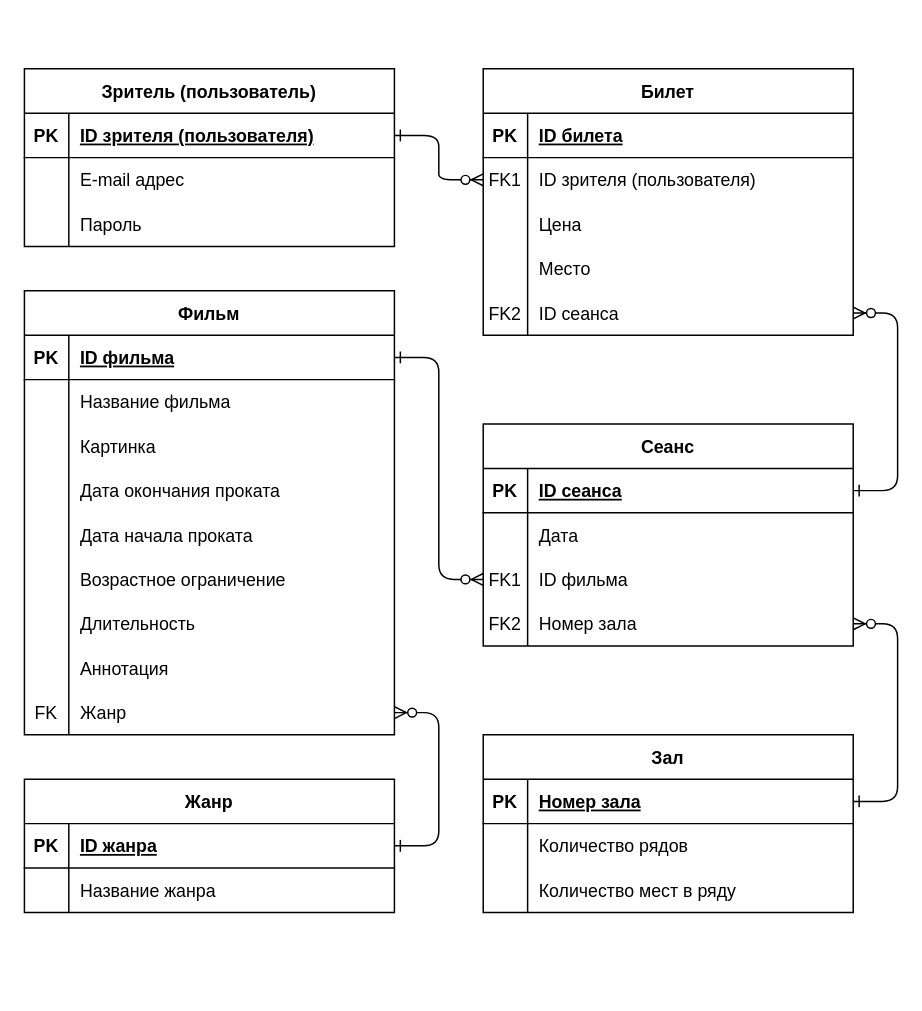
The draw.io diagram images and schemes/logic model.drawio in xreyaf/cinema-app, before the edit. Source tidied: cells renumbered, new cells numbered last; positions are measured from the earlier drawing's top-left corner, leaving out a move shared by most shapes. Both pictures are drawn from the tidied source at 148%, with x=0, y=0 at pixel (24, 68).
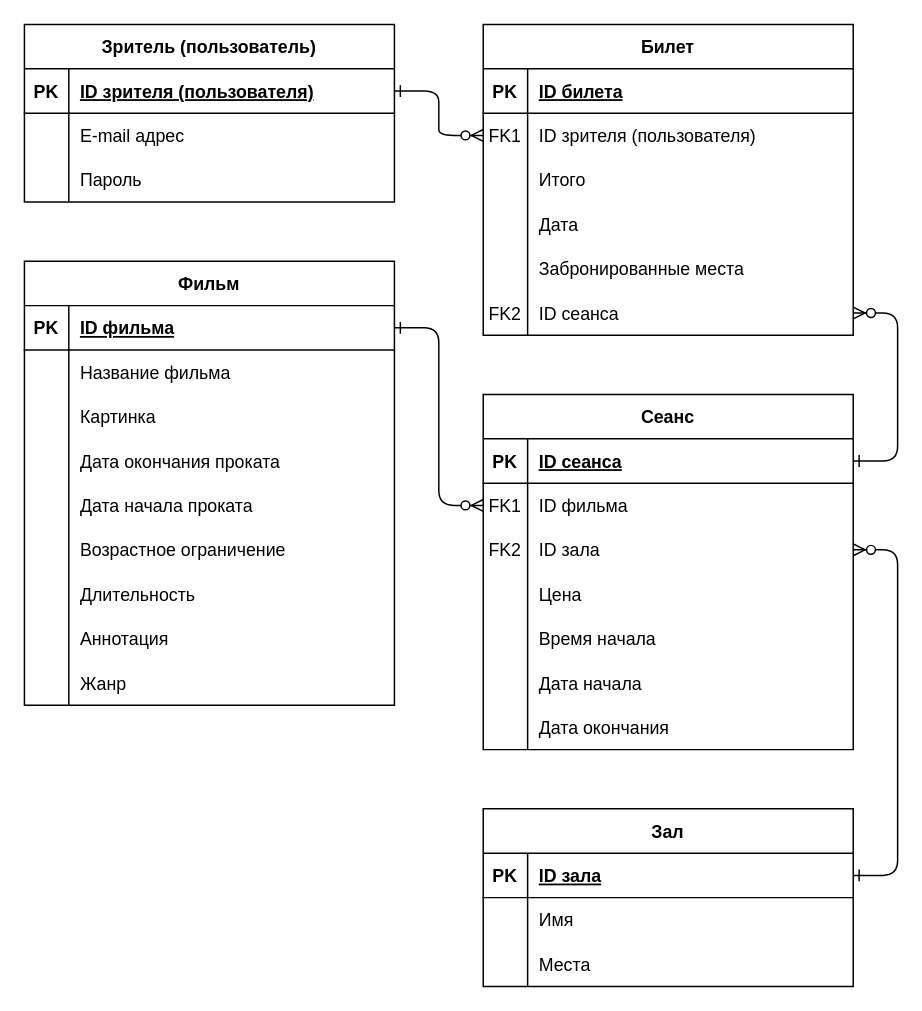
After the change.

Unchanged cells that the change refers to:
```xml
<mxCell id="10" style="shape=partialRectangle;fillColor=none;top=0;left=0;right=0;bottom=0;" parent="3" vertex="1">
  <mxGeometry y="90" width="250" height="30" as="geometry" />
</mxCell>
<mxCell id="67" style="shape=partialRectangle;fillColor=none;points=[[0,0.5],[1,0.5]];portConstraint=eastwest;top=0;left=0;right=0;bottom=0;" parent="42" vertex="1">
  <mxGeometry y="270" width="250" height="30" as="geometry" />
</mxCell>
<mxCell id="71" style="shape=partialRectangle;fillColor=none;points=[[0,0.5],[1,0.5]];portConstraint=eastwest;top=0;left=0;right=0;bottom=1;" parent="70" vertex="1">
  <mxGeometry y="30" width="250" height="30" as="geometry" />
</mxCell>
<mxCell id="74" style="shape=partialRectangle;fillColor=none;top=0;left=0;right=0;bottom=0;" parent="70" vertex="1">
  <mxGeometry y="60" width="250" height="30" as="geometry" />
</mxCell>
<mxCell id="77" style="shape=partialRectangle;fillColor=none;top=0;left=0;right=0;bottom=0;" parent="70" vertex="1">
  <mxGeometry y="90" width="250" height="30" as="geometry" />
</mxCell>
```

What changed in the source:
```diff
@@
     <mxCell id="3" value="Билет" style="shape=table;startSize=30;childLayout=tableLayout;rowLines=0;fontStyle=1;align=center;" parent="1" vertex="1">
-      <mxGeometry x="310" width="250" height="180" as="geometry" />
+      <mxGeometry x="310" y="-30" width="250" height="210" as="geometry" />
     </mxCell>
@@
-    <mxCell id="12" value="Цена" style="shape=partialRectangle;overflow=hidden;fillColor=none;top=0;left=0;bottom=0;right=0;align=left;spacingLeft=6;fontStyle=0;" parent="10" vertex="1">
+    <mxCell id="12" value="Итого" style="shape=partialRectangle;overflow=hidden;fillColor=none;top=0;left=0;bottom=0;right=0;align=left;spacingLeft=6;fontStyle=0;" parent="10" vertex="1">
       <mxGeometry x="30" width="220" height="30" as="geometry" />
     </mxCell>
+    <mxCell id="91" style="shape=partialRectangle;fillColor=none;top=0;left=0;right=0;bottom=0;" parent="3" vertex="1">
+      <mxGeometry y="120" width="250" height="30" as="geometry" />
+    </mxCell>
+    <mxCell id="92" style="shape=partialRectangle;overflow=hidden;fillColor=none;top=0;left=0;bottom=0;right=0;" parent="91" vertex="1">
+      <mxGeometry width="30" height="30" as="geometry" />
+    </mxCell>
+    <mxCell id="25" value="Дата" style="shape=partialRectangle;overflow=hidden;fillColor=none;top=0;left=0;bottom=0;right=0;align=left;spacingLeft=6;fontStyle=0;" parent="91" vertex="1">
+      <mxGeometry x="30" width="220" height="30" as="geometry" />
+    </mxCell>
     <mxCell id="13" style="shape=partialRectangle;fillColor=none;top=0;left=0;right=0;bottom=0;" parent="3" vertex="1">
-      <mxGeometry y="120" width="250" height="30" as="geometry" />
+      <mxGeometry y="150" width="250" height="30" as="geometry" />
     </mxCell>
@@
-    <mxCell id="15" value="Место" style="shape=partialRectangle;overflow=hidden;fillColor=none;top=0;left=0;bottom=0;right=0;align=left;spacingLeft=6;fontStyle=0;" parent="13" vertex="1">
+    <mxCell id="15" value="Забронированные места" style="shape=partialRectangle;overflow=hidden;fillColor=none;top=0;left=0;bottom=0;right=0;align=left;spacingLeft=6;fontStyle=0;" parent="13" vertex="1">
       <mxGeometry x="30" width="220" height="30" as="geometry" />
     </mxCell>
     <mxCell id="16" style="shape=partialRectangle;fillColor=none;points=[[0,0.5],[1,0.5]];portConstraint=eastwest;top=0;left=0;right=0;bottom=0;" parent="3" vertex="1">
-      <mxGeometry y="150" width="250" height="30" as="geometry" />
+      <mxGeometry y="180" width="250" height="30" as="geometry" />
     </mxCell>
@@
     <mxCell id="19" value="Сеанс" style="shape=table;startSize=30;childLayout=tableLayout;rowLines=0;fontStyle=1;align=center;" parent="1" vertex="1">
-      <mxGeometry x="310" y="240" width="250" height="150" as="geometry" />
+      <mxGeometry x="310" y="220" width="250" height="240" as="geometry" />
     </mxCell>
@@
-    <mxCell id="23" style="shape=partialRectangle;fillColor=none;top=0;left=0;right=0;bottom=0;" parent="19" vertex="1">
-      <mxGeometry y="60" width="250" height="30" as="geometry" />
-    </mxCell>
-    <mxCell id="24" style="shape=partialRectangle;overflow=hidden;fillColor=none;top=0;left=0;bottom=0;right=0;" parent="23" vertex="1">
-      <mxGeometry width="30" height="30" as="geometry" />
-    </mxCell>
-    <mxCell id="25" value="Дата" style="shape=partialRectangle;overflow=hidden;fillColor=none;top=0;left=0;bottom=0;right=0;align=left;spacingLeft=6;" parent="23" vertex="1">
-      <mxGeometry x="30" width="220" height="30" as="geometry" />
-    </mxCell>
     <mxCell id="26" style="shape=partialRectangle;fillColor=none;points=[[0,0.5],[1,0.5]];portConstraint=eastwest;top=0;left=0;right=0;bottom=0;" parent="19" vertex="1">
-      <mxGeometry y="90" width="250" height="30" as="geometry" />
+      <mxGeometry y="60" width="250" height="30" as="geometry" />
     </mxCell>
@@
     <mxCell id="29" style="shape=partialRectangle;fillColor=none;points=[[0,0.5],[1,0.5]];portConstraint=eastwest;top=0;left=0;right=0;bottom=0;" parent="19" vertex="1">
-      <mxGeometry y="120" width="250" height="30" as="geometry" />
+      <mxGeometry y="90" width="250" height="30" as="geometry" />
     </mxCell>
@@
-    <mxCell id="31" value="Номер зала" style="shape=partialRectangle;overflow=hidden;fillColor=none;top=0;left=0;bottom=0;right=0;align=left;spacingLeft=6;" parent="29" vertex="1">
+    <mxCell id="31" value="ID зала" style="shape=partialRectangle;overflow=hidden;fillColor=none;top=0;left=0;bottom=0;right=0;align=left;spacingLeft=6;" parent="29" vertex="1">
       <mxGeometry x="30" width="220" height="30" as="geometry" />
     </mxCell>
+    <mxCell id="93" style="shape=partialRectangle;fillColor=none;top=0;left=0;right=0;bottom=0;" parent="19" vertex="1">
+      <mxGeometry y="120" width="250" height="30" as="geometry" />
+    </mxCell>
+    <mxCell id="94" style="shape=partialRectangle;overflow=hidden;fillColor=none;top=0;left=0;bottom=0;right=0;" parent="93" vertex="1">
+      <mxGeometry width="30" height="30" as="geometry" />
+    </mxCell>
+    <mxCell id="95" value="Цена" style="shape=partialRectangle;overflow=hidden;fillColor=none;top=0;left=0;bottom=0;right=0;align=left;spacingLeft=6;" parent="93" vertex="1">
+      <mxGeometry x="30" width="220" height="30" as="geometry" />
+    </mxCell>
+    <mxCell id="96" style="shape=partialRectangle;fillColor=none;top=0;left=0;right=0;bottom=0;" parent="19" vertex="1">
+      <mxGeometry y="150" width="250" height="30" as="geometry" />
+    </mxCell>
+    <mxCell id="97" style="shape=partialRectangle;overflow=hidden;fillColor=none;top=0;left=0;bottom=0;right=0;" parent="96" vertex="1">
+      <mxGeometry width="30" height="30" as="geometry" />
+    </mxCell>
+    <mxCell id="98" value="Время начала" style="shape=partialRectangle;overflow=hidden;fillColor=none;top=0;left=0;bottom=0;right=0;align=left;spacingLeft=6;" parent="96" vertex="1">
+      <mxGeometry x="30" width="220" height="30" as="geometry" />
+    </mxCell>
+    <mxCell id="99" style="shape=partialRectangle;fillColor=none;top=0;left=0;right=0;bottom=0;" parent="19" vertex="1">
+      <mxGeometry y="180" width="250" height="30" as="geometry" />
+    </mxCell>
+    <mxCell id="100" style="shape=partialRectangle;overflow=hidden;fillColor=none;top=0;left=0;bottom=0;right=0;" parent="99" vertex="1">
+      <mxGeometry width="30" height="30" as="geometry" />
+    </mxCell>
+    <mxCell id="101" value="Дата начала" style="shape=partialRectangle;overflow=hidden;fillColor=none;top=0;left=0;bottom=0;right=0;align=left;spacingLeft=6;" parent="99" vertex="1">
+      <mxGeometry x="30" width="220" height="30" as="geometry" />
+    </mxCell>
+    <mxCell id="102" style="shape=partialRectangle;fillColor=none;top=0;left=0;right=0;bottom=0;" parent="19" vertex="1">
+      <mxGeometry y="210" width="250" height="30" as="geometry" />
+    </mxCell>
+    <mxCell id="103" style="shape=partialRectangle;overflow=hidden;fillColor=none;top=0;left=0;bottom=0;right=0;" parent="102" vertex="1">
+      <mxGeometry width="30" height="30" as="geometry" />
+    </mxCell>
+    <mxCell id="104" value="Дата окончания" style="shape=partialRectangle;overflow=hidden;fillColor=none;top=0;left=0;bottom=0;right=0;align=left;spacingLeft=6;" parent="102" vertex="1">
+      <mxGeometry x="30" width="220" height="30" as="geometry" />
+    </mxCell>
     <mxCell id="32" value="Зритель (пользователь)" style="shape=table;startSize=30;childLayout=tableLayout;rowLines=0;fontStyle=1;align=center;" parent="1" vertex="1">
-      <mxGeometry width="250" height="120" as="geometry" />
+      <mxGeometry y="-30" width="250" height="120" as="geometry" />
     </mxCell>
@@
     <mxCell id="42" value="Фильм" style="shape=table;startSize=30;childLayout=tableLayout;rowLines=0;fontStyle=1;align=center;" parent="1" vertex="1">
-      <mxGeometry y="150" width="250" height="300" as="geometry" />
+      <mxGeometry y="130" width="250" height="300" as="geometry" />
     </mxCell>
@@
-    <mxCell id="68" value="FK" style="shape=partialRectangle;overflow=hidden;fillColor=none;top=0;left=0;bottom=0;right=0;" parent="67" vertex="1">
+    <mxCell id="68" style="shape=partialRectangle;overflow=hidden;fillColor=none;top=0;left=0;bottom=0;right=0;" parent="67" vertex="1">
       <mxGeometry width="30" height="30" as="geometry" />
     </mxCell>
@@
     <mxCell id="70" value="Зал" style="shape=table;startSize=30;childLayout=tableLayout;rowLines=0;fontStyle=1;align=center;" parent="1" vertex="1">
-      <mxGeometry x="310" y="450" width="250" height="120" as="geometry" />
+      <mxGeometry x="310" y="500" width="250" height="120" as="geometry" />
     </mxCell>
@@
-    <mxCell id="73" value="Номер зала" style="shape=partialRectangle;overflow=hidden;fillColor=none;top=0;left=0;bottom=0;right=0;align=left;spacingLeft=6;fontStyle=5;" parent="71" vertex="1">
+    <mxCell id="73" value="ID зала" style="shape=partialRectangle;overflow=hidden;fillColor=none;top=0;left=0;bottom=0;right=0;align=left;spacingLeft=6;fontStyle=5;" parent="71" vertex="1">
       <mxGeometry x="30" width="220" height="30" as="geometry" />
     </mxCell>
@@
-    <mxCell id="76" value="Количество рядов" style="shape=partialRectangle;overflow=hidden;fillColor=none;top=0;left=0;bottom=0;right=0;align=left;spacingLeft=6;" parent="74" vertex="1">
+    <mxCell id="76" value="Имя" style="shape=partialRectangle;overflow=hidden;fillColor=none;top=0;left=0;bottom=0;right=0;align=left;spacingLeft=6;" parent="74" vertex="1">
       <mxGeometry x="30" width="220" height="30" as="geometry" />
     </mxCell>
@@
-    <mxCell id="79" value="Количество мест в ряду" style="shape=partialRectangle;overflow=hidden;fillColor=none;top=0;left=0;bottom=0;right=0;align=left;spacingLeft=6;" parent="77" vertex="1">
+    <mxCell id="79" value="Места" style="shape=partialRectangle;overflow=hidden;fillColor=none;top=0;left=0;bottom=0;right=0;align=left;spacingLeft=6;" parent="77" vertex="1">
       <mxGeometry x="30" width="220" height="30" as="geometry" />
     </mxCell>
-    <mxCell id="80" value="Жанр" style="shape=table;startSize=30;childLayout=tableLayout;rowLines=0;fontStyle=1;align=center;" parent="1" vertex="1">
-      <mxGeometry y="480" width="250" height="90" as="geometry" />
-    </mxCell>
-    <mxCell id="81" style="shape=partialRectangle;fillColor=none;points=[[0,0.5],[1,0.5]];portConstraint=eastwest;top=0;left=0;right=0;bottom=1;" parent="80" vertex="1">
-      <mxGeometry y="30" width="250" height="30" as="geometry" />
-    </mxCell>
-    <mxCell id="82" value="PK" style="shape=partialRectangle;overflow=hidden;fillColor=none;top=0;left=0;bottom=0;right=0;fontStyle=1;" parent="81" vertex="1">
-      <mxGeometry width="30" height="30" as="geometry" />
-    </mxCell>
-    <mxCell id="83" value="ID жанра" style="shape=partialRectangle;overflow=hidden;fillColor=none;top=0;left=0;bottom=0;right=0;align=left;spacingLeft=6;fontStyle=5;" parent="81" vertex="1">
-      <mxGeometry x="30" width="220" height="30" as="geometry" />
-    </mxCell>
-    <mxCell id="84" style="shape=partialRectangle;fillColor=none;top=0;left=0;right=0;bottom=0;" parent="80" vertex="1">
-      <mxGeometry y="60" width="250" height="30" as="geometry" />
-    </mxCell>
-    <mxCell id="85" style="shape=partialRectangle;overflow=hidden;fillColor=none;top=0;left=0;bottom=0;right=0;" parent="84" vertex="1">
-      <mxGeometry width="30" height="30" as="geometry" />
-    </mxCell>
-    <mxCell id="86" value="Название жанра" style="shape=partialRectangle;overflow=hidden;fillColor=none;top=0;left=0;bottom=0;right=0;align=left;spacingLeft=6;" parent="84" vertex="1">
-      <mxGeometry x="30" width="220" height="30" as="geometry" />
-    </mxCell>
-    <mxCell id="87" style="edgeStyle=entityRelationEdgeStyle;endArrow=ERzeroToMany;startArrow=ERone;endFill=1;startFill=0;" parent="1" edge="1" source="81" target="67">
-      <mxGeometry relative="1" as="geometry" />
-    </mxCell>
```
